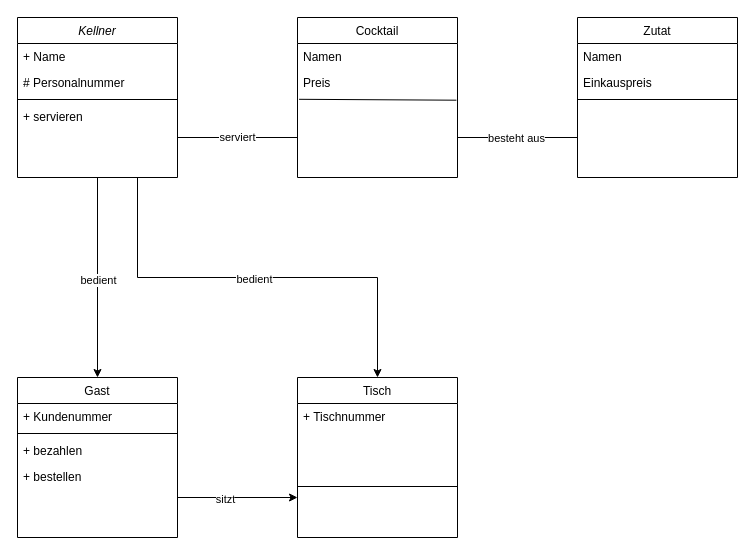
Before: 01-05 ER, XML und Klassendiagramm/Aufgabe02/Aufgabe02.drawio in R4Tobi/modellierung, a draw.io diagram. Source tidied: cells renumbered, new cells numbered last; positions are measured from the earlier drawing's top-left corner, leaving out a move shared by most shapes. Both pictures are drawn from the tidied source at 100%, with x=0, y=0 at pixel (17, 17).
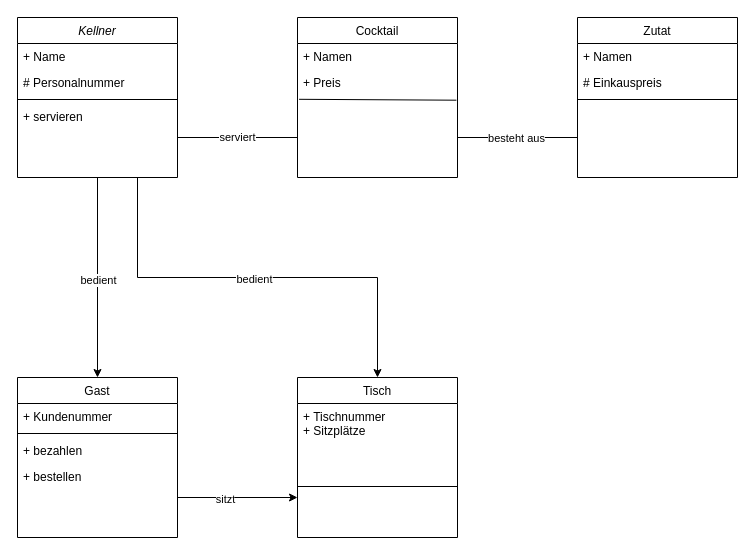
The same page after the edit.

Unchanged cells that the change refers to:
```xml
<mxCell id="18" value="Tisch&#10;" style="swimlane;fontStyle=0;align=center;verticalAlign=top;horizontal=1;startSize=26;rounded=0;shadow=0;strokeWidth=1;" parent="1" vertex="1">
  <mxGeometry x="280" y="360" width="160" height="160" as="geometry" />
</mxCell>
<mxCell id="23" value="Cocktail&#10;" style="swimlane;fontStyle=0;align=center;verticalAlign=top;horizontal=1;startSize=26;rounded=0;shadow=0;strokeWidth=1;" parent="1" vertex="1">
  <mxGeometry x="280" width="160" height="160" as="geometry" />
</mxCell>
<mxCell id="27" value="Zutat" style="swimlane;fontStyle=0;align=center;verticalAlign=top;horizontal=1;startSize=26;rounded=0;shadow=0;strokeWidth=1;" parent="1" vertex="1">
  <mxGeometry x="560" width="160" height="160" as="geometry" />
</mxCell>
```

Diff of the diagram source:
```diff
@@
-    <mxCell id="19" value="+ Tischnummer" style="text;align=left;verticalAlign=top;spacingLeft=4;spacingRight=4;overflow=hidden;" parent="18" vertex="1">
+    <mxCell id="19" value="+ Tischnummer&#10;+ Sitzplätze" style="text;align=left;verticalAlign=top;spacingLeft=4;spacingRight=4;overflow=hidden;" parent="18" vertex="1">
       <mxGeometry y="26" width="160" height="54" as="geometry" />
     </mxCell>
@@
-    <mxCell id="24" value="Namen" style="text;align=left;verticalAlign=top;spacingLeft=4;spacingRight=4;overflow=hidden;" parent="23" vertex="1">
+    <mxCell id="24" value="+ Namen" style="text;align=left;verticalAlign=top;spacingLeft=4;spacingRight=4;overflow=hidden;" parent="23" vertex="1">
       <mxGeometry y="26" width="160" height="26" as="geometry" />
     </mxCell>
-    <mxCell id="25" value="Preis" style="text;align=left;verticalAlign=top;spacingLeft=4;spacingRight=4;overflow=hidden;rounded=0;shadow=0;html=0;" parent="23" vertex="1">
+    <mxCell id="25" value="+ Preis" style="text;align=left;verticalAlign=top;spacingLeft=4;spacingRight=4;overflow=hidden;rounded=0;shadow=0;html=0;" parent="23" vertex="1">
       <mxGeometry y="52" width="160" height="26" as="geometry" />
     </mxCell>
@@
-    <mxCell id="28" value="Namen&#10;" style="text;align=left;verticalAlign=top;spacingLeft=4;spacingRight=4;overflow=hidden;" parent="27" vertex="1">
+    <mxCell id="28" value="+ Namen&#10;" style="text;align=left;verticalAlign=top;spacingLeft=4;spacingRight=4;overflow=hidden;" parent="27" vertex="1">
       <mxGeometry y="26" width="160" height="26" as="geometry" />
     </mxCell>
-    <mxCell id="29" value="Einkauspreis&#10;" style="text;align=left;verticalAlign=top;spacingLeft=4;spacingRight=4;overflow=hidden;" parent="27" vertex="1">
+    <mxCell id="29" value="# Einkauspreis&#10;" style="text;align=left;verticalAlign=top;spacingLeft=4;spacingRight=4;overflow=hidden;" parent="27" vertex="1">
       <mxGeometry y="52" width="160" height="26" as="geometry" />
     </mxCell>
```
